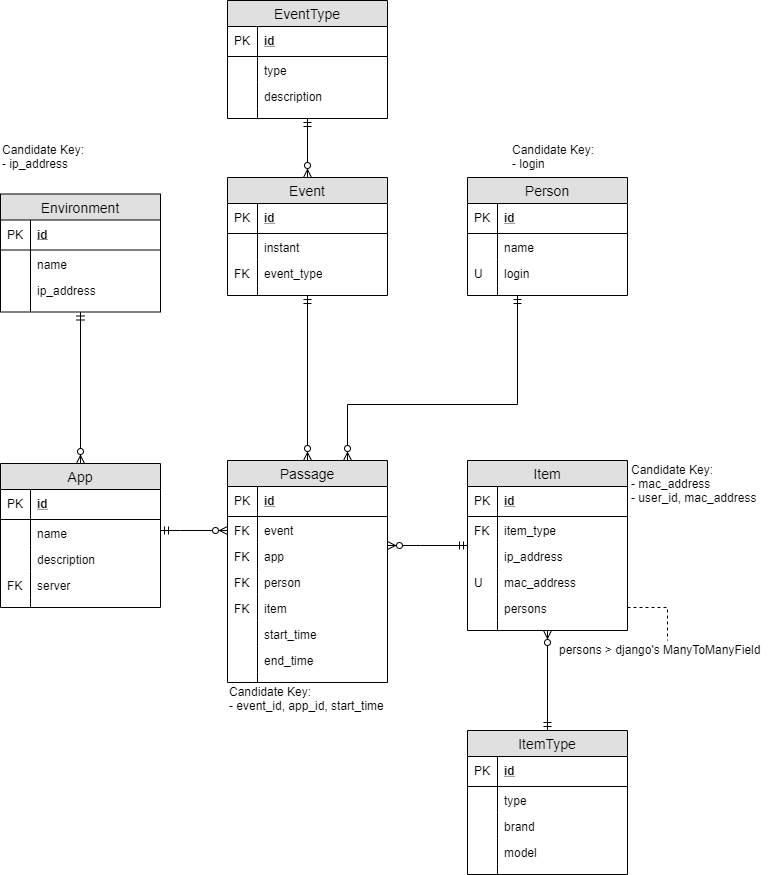
Earlier version of the draw.io export documentation/models/db_model-ER Extended.png (apm1005/TFG). Source tidied: cells renumbered, new cells last; positions are measured from the earlier drawing's top-left corner, leaving out a move shared by most shapes.
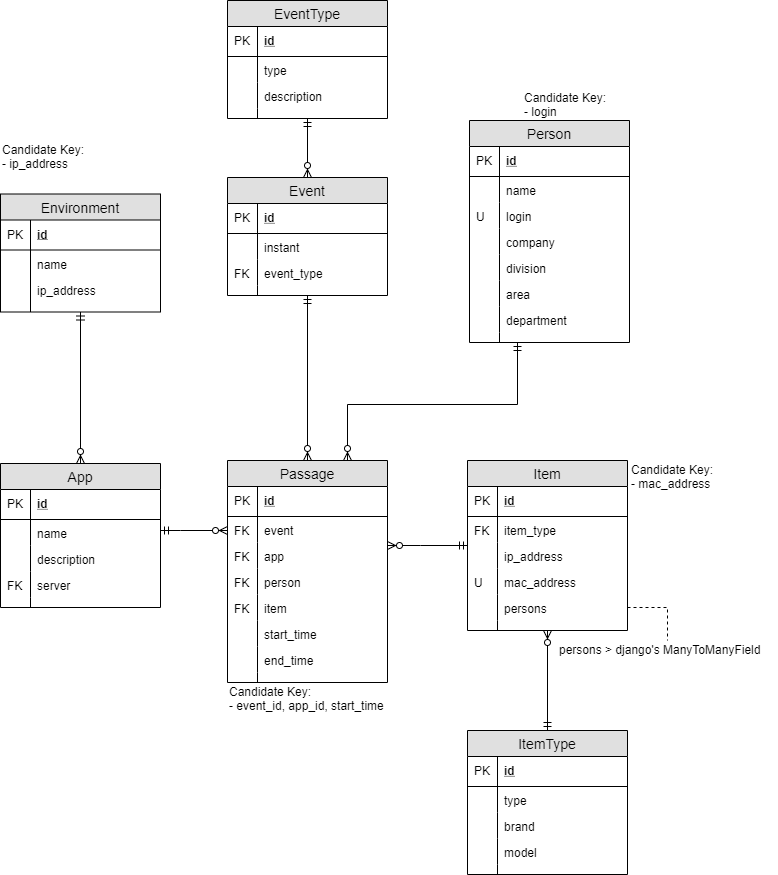
After the change.

Commit message:
Add new fields to data model #51

Change to the diagram source:
```diff
@@ -166,7 +166,7 @@
       <mxGeometry width="30" height="10" as="geometry" />
     </mxCell>
     <mxCell id="53" value="Person" style="swimlane;fontStyle=0;horizontal=1;startSize=26;fillColor=#e0e0e0;swimlaneFillColor=#ffffff;align=center;fontSize=14;" parent="1" vertex="1">
-      <mxGeometry x="467" y="177" width="160" height="118" as="geometry" />
+      <mxGeometry x="469" y="120" width="160" height="222" as="geometry" />
     </mxCell>
     <mxCell id="54" value="id" style="shape=partialRectangle;top=0;left=0;right=0;bottom=1;align=left;verticalAlign=middle;fillColor=none;spacingLeft=34;spacingRight=4;overflow=hidden;fontStyle=5;fontSize=12;" parent="53" vertex="1">
       <mxGeometry y="26" width="160" height="30" as="geometry" />
@@ -186,8 +186,32 @@
     <mxCell id="59" value="U" style="shape=partialRectangle;top=0;left=0;bottom=0;fillColor=none;align=left;verticalAlign=top;spacingLeft=4;spacingRight=4;overflow=hidden;fontSize=12;" parent="58" vertex="1">
       <mxGeometry width="30" height="26" as="geometry" />
     </mxCell>
+    <mxCell id="103" value="company" style="shape=partialRectangle;top=0;left=0;right=0;bottom=0;align=left;verticalAlign=top;fillColor=none;spacingLeft=34;spacingRight=4;overflow=hidden;fontSize=12;" parent="53" vertex="1">
+      <mxGeometry y="108" width="160" height="26" as="geometry" />
+    </mxCell>
+    <mxCell id="104" style="shape=partialRectangle;top=0;left=0;bottom=0;fillColor=none;align=left;verticalAlign=top;spacingLeft=4;spacingRight=4;overflow=hidden;fontSize=12;" parent="103" vertex="1">
+      <mxGeometry width="30" height="26" as="geometry" />
+    </mxCell>
+    <mxCell id="105" value="division" style="shape=partialRectangle;top=0;left=0;right=0;bottom=0;align=left;verticalAlign=top;fillColor=none;spacingLeft=34;spacingRight=4;overflow=hidden;fontSize=12;" parent="53" vertex="1">
+      <mxGeometry y="134" width="160" height="26" as="geometry" />
+    </mxCell>
+    <mxCell id="106" style="shape=partialRectangle;top=0;left=0;bottom=0;fillColor=none;align=left;verticalAlign=top;spacingLeft=4;spacingRight=4;overflow=hidden;fontSize=12;" parent="105" vertex="1">
+      <mxGeometry width="30" height="26" as="geometry" />
+    </mxCell>
+    <mxCell id="107" value="area" style="shape=partialRectangle;top=0;left=0;right=0;bottom=0;align=left;verticalAlign=top;fillColor=none;spacingLeft=34;spacingRight=4;overflow=hidden;fontSize=12;" parent="53" vertex="1">
+      <mxGeometry y="160" width="160" height="26" as="geometry" />
+    </mxCell>
+    <mxCell id="108" style="shape=partialRectangle;top=0;left=0;bottom=0;fillColor=none;align=left;verticalAlign=top;spacingLeft=4;spacingRight=4;overflow=hidden;fontSize=12;" parent="107" vertex="1">
+      <mxGeometry width="30" height="26" as="geometry" />
+    </mxCell>
+    <mxCell id="109" value="department" style="shape=partialRectangle;top=0;left=0;right=0;bottom=0;align=left;verticalAlign=top;fillColor=none;spacingLeft=34;spacingRight=4;overflow=hidden;fontSize=12;" parent="53" vertex="1">
+      <mxGeometry y="186" width="160" height="26" as="geometry" />
+    </mxCell>
+    <mxCell id="110" style="shape=partialRectangle;top=0;left=0;bottom=0;fillColor=none;align=left;verticalAlign=top;spacingLeft=4;spacingRight=4;overflow=hidden;fontSize=12;" parent="109" vertex="1">
+      <mxGeometry width="30" height="26" as="geometry" />
+    </mxCell>
     <mxCell id="60" style="shape=partialRectangle;top=0;left=0;right=0;bottom=0;align=left;verticalAlign=top;fillColor=none;spacingLeft=34;spacingRight=4;overflow=hidden;fontSize=12;" parent="53" vertex="1">
-      <mxGeometry y="108" width="160" height="10" as="geometry" />
+      <mxGeometry y="212" width="160" height="10" as="geometry" />
     </mxCell>
     <mxCell id="61" style="shape=partialRectangle;top=0;left=0;bottom=0;fillColor=none;align=left;verticalAlign=top;spacingLeft=4;spacingRight=4;overflow=hidden;fontSize=12;" parent="60" vertex="1">
       <mxGeometry width="30" height="10" as="geometry" />
@@ -305,11 +329,11 @@
     <mxCell id="97" value="Candidate Key: &lt;br&gt;- event_id, app_id, start_time" style="text;html=1;align=left;verticalAlign=top;spacingTop=-4;" parent="1" vertex="1">
       <mxGeometry x="227" y="682" width="170" height="30" as="geometry" />
     </mxCell>
-    <mxCell id="98" value="Candidate Key:&lt;br&gt;- mac_address&lt;br&gt;- user_id, mac_address" style="text;html=1;align=left;verticalAlign=top;spacingTop=-4;" parent="1" vertex="1">
-      <mxGeometry x="629" y="460" width="140" height="40" as="geometry" />
+    <mxCell id="98" value="Candidate Key:&lt;br&gt;- mac_address" style="text;html=1;align=left;verticalAlign=top;spacingTop=-4;" parent="1" vertex="1">
+      <mxGeometry x="629" y="460" width="100" height="30" as="geometry" />
     </mxCell>
     <mxCell id="99" value="Candidate Key:&lt;br&gt;- login" style="text;html=1;align=left;verticalAlign=top;spacingTop=-4;" parent="1" vertex="1">
-      <mxGeometry x="510" y="140" width="100" height="30" as="geometry" />
+      <mxGeometry x="522" y="88" width="100" height="30" as="geometry" />
     </mxCell>
     <mxCell id="100" value="Candidate Key:&lt;br&gt;- ip_address" style="text;html=1;align=left;verticalAlign=top;spacingTop=-4;" parent="1" vertex="1">
       <mxGeometry y="140" width="100" height="30" as="geometry" />
```
